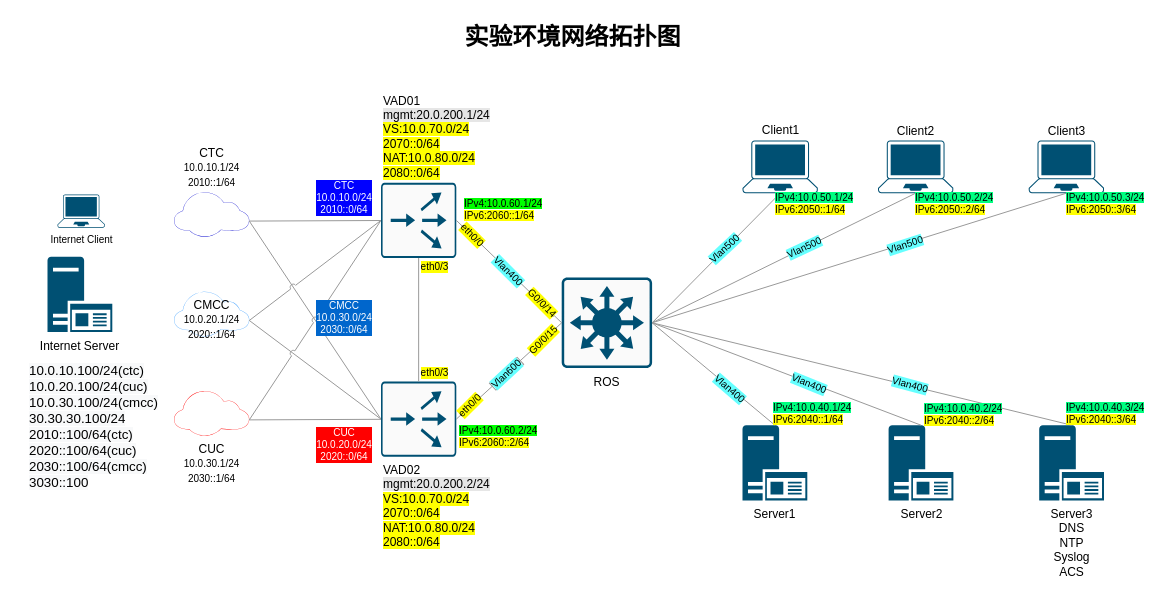
Above: page "测试环境网络拓扑图" (1 of 5) of Untitled Diagram.drawio in ahhfltj/cloud (draw.io), before the change. Source tidied: cells renumbered, new cells numbered last; positions are measured from the earlier drawing's top-left corner, leaving out a move shared by most shapes. Both pictures are drawn from the tidied source at 100%, with x=0, y=0 at pixel (17, 17).
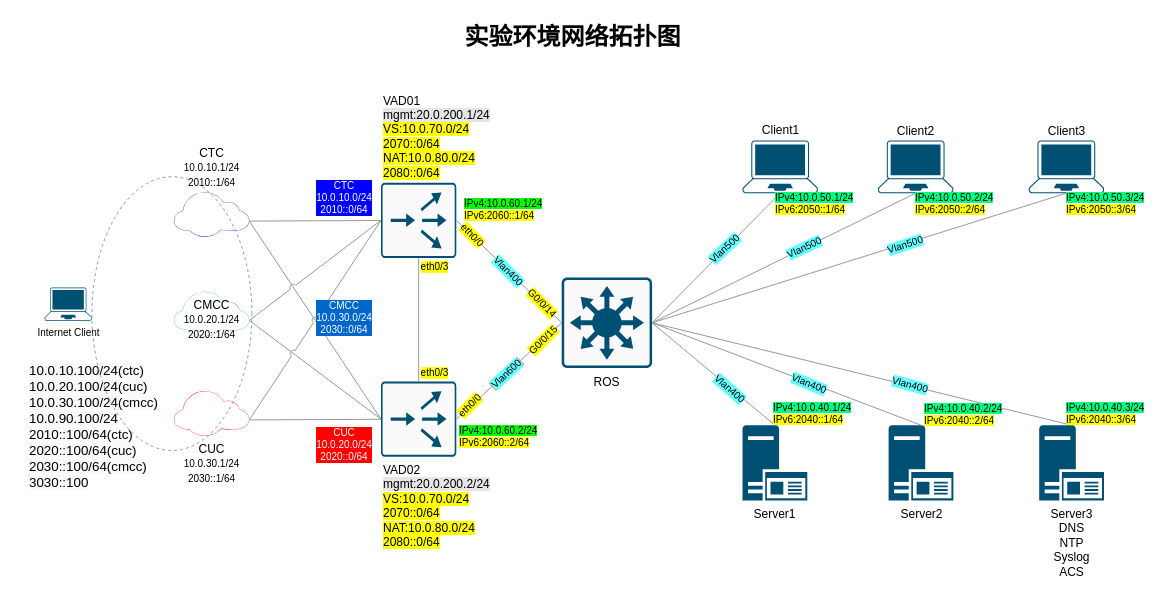
The same diagram, later.

The edit, as a diff of the source:
```diff
@@
     <mxCell id="3" value="Internet Client" style="verticalLabelPosition=bottom;html=1;verticalAlign=top;align=center;shape=mxgraph.cisco19.laptop;fillColor=#005073;strokeColor=none;labelBackgroundColor=none;sketch=0;fontSize=10;fontColor=#000000;" parent="1" vertex="1">
-      <mxGeometry x="40" y="177" width="47.4" height="33.2" as="geometry" />
+      <mxGeometry x="27" y="270" width="47.4" height="33.2" as="geometry" />
     </mxCell>
-    <mxCell id="4" value="Internet Server" style="shadow=0;dashed=0;html=1;strokeColor=none;labelPosition=center;verticalLabelPosition=bottom;verticalAlign=top;align=center;shape=mxgraph.mscae.enterprise.application_server2;fillColor=#005073;" parent="1" vertex="1">
-      <mxGeometry x="30" y="239.3" width="64.8" height="75.3" as="geometry" />
-    </mxCell>
-    <mxCell id="5" value="&lt;span style=&quot;color: rgb(0 , 0 , 0) ; font-family: &amp;#34;helvetica&amp;#34; ; font-size: 13.333333015441895px ; font-style: normal ; font-weight: normal ; letter-spacing: normal ; text-align: left ; text-indent: 0px ; text-transform: none ; word-spacing: 0px ; background-color: rgb(248 , 249 , 250) ; text-decoration: none ; display: inline ; float: none&quot;&gt;10.0.10.100/24(ctc)&lt;/span&gt;&lt;br style=&quot;color: rgb(0 , 0 , 0) ; font-family: &amp;#34;helvetica&amp;#34; ; font-size: 13.333333015441895px ; font-style: normal ; font-weight: normal ; letter-spacing: normal ; text-align: left ; text-indent: 0px ; text-transform: none ; word-spacing: 0px ; text-decoration: none&quot;&gt;&lt;span style=&quot;color: rgb(0 , 0 , 0) ; font-family: &amp;#34;helvetica&amp;#34; ; font-size: 13.333333015441895px ; font-style: normal ; font-weight: normal ; letter-spacing: normal ; text-align: left ; text-indent: 0px ; text-transform: none ; word-spacing: 0px ; background-color: rgb(248 , 249 , 250) ; text-decoration: none ; display: inline ; float: none&quot;&gt;10.0.20.100/24(cuc)&lt;/span&gt;&lt;br style=&quot;color: rgb(0 , 0 , 0) ; font-family: &amp;#34;helvetica&amp;#34; ; font-size: 13.333333015441895px ; font-style: normal ; font-weight: normal ; letter-spacing: normal ; text-align: left ; text-indent: 0px ; text-transform: none ; word-spacing: 0px ; text-decoration: none&quot;&gt;&lt;span style=&quot;color: rgb(0 , 0 , 0) ; font-family: &amp;#34;helvetica&amp;#34; ; font-size: 13.333333015441895px ; font-style: normal ; font-weight: normal ; letter-spacing: normal ; text-align: left ; text-indent: 0px ; text-transform: none ; word-spacing: 0px ; background-color: rgb(248 , 249 , 250) ; text-decoration: none ; display: inline ; float: none&quot;&gt;10.0.30.100/24(cmcc)&lt;br&gt;&lt;/span&gt;&lt;span style=&quot;color: rgb(0 , 0 , 0) ; font-family: &amp;#34;helvetica&amp;#34; ; font-size: 13.333333015441895px ; font-style: normal ; font-weight: normal ; letter-spacing: normal ; text-align: left ; text-indent: 0px ; text-transform: none ; word-spacing: 0px ; background-color: rgb(248 , 249 , 250) ; text-decoration: none ; display: inline ; float: none&quot;&gt;30.30.30.100/24&lt;br&gt;2010::100/64(ctc)&lt;/span&gt;&lt;br style=&quot;color: rgb(0 , 0 , 0) ; font-family: &amp;#34;helvetica&amp;#34; ; font-size: 13.333333015441895px ; font-style: normal ; font-weight: normal ; letter-spacing: normal ; text-align: left ; text-indent: 0px ; text-transform: none ; word-spacing: 0px ; text-decoration: none&quot;&gt;&lt;span style=&quot;color: rgb(0 , 0 , 0) ; font-family: &amp;#34;helvetica&amp;#34; ; font-size: 13.333333015441895px ; font-style: normal ; font-weight: normal ; letter-spacing: normal ; text-align: left ; text-indent: 0px ; text-transform: none ; word-spacing: 0px ; background-color: rgb(248 , 249 , 250) ; text-decoration: none ; display: inline ; float: none&quot;&gt;2020::100/64(cuc)&lt;/span&gt;&lt;br style=&quot;color: rgb(0 , 0 , 0) ; font-family: &amp;#34;helvetica&amp;#34; ; font-size: 13.333333015441895px ; font-style: normal ; font-weight: normal ; letter-spacing: normal ; text-align: left ; text-indent: 0px ; text-transform: none ; word-spacing: 0px ; text-decoration: none&quot;&gt;&lt;span style=&quot;color: rgb(0 , 0 , 0) ; font-family: &amp;#34;helvetica&amp;#34; ; font-size: 13.333333015441895px ; font-style: normal ; font-weight: normal ; letter-spacing: normal ; text-align: left ; text-indent: 0px ; text-transform: none ; word-spacing: 0px ; background-color: rgb(248 , 249 , 250) ; text-decoration: none ; display: inline ; float: none&quot;&gt;2030::100/64(cmcc)&lt;br&gt;3030::100&lt;br&gt;&lt;/span&gt;" style="text;whiteSpace=wrap;html=1;fontSize=10;fontColor=#000000;" parent="1" vertex="1">
+    <mxCell id="5" value="&lt;span style=&quot;color: rgb(0 , 0 , 0) ; font-family: &amp;#34;helvetica&amp;#34; ; font-size: 13.333333015441895px ; font-style: normal ; font-weight: normal ; letter-spacing: normal ; text-align: left ; text-indent: 0px ; text-transform: none ; word-spacing: 0px ; background-color: rgb(248 , 249 , 250) ; text-decoration: none ; display: inline ; float: none&quot;&gt;10.0.10.100/24(ctc)&lt;/span&gt;&lt;br style=&quot;color: rgb(0 , 0 , 0) ; font-family: &amp;#34;helvetica&amp;#34; ; font-size: 13.333333015441895px ; font-style: normal ; font-weight: normal ; letter-spacing: normal ; text-align: left ; text-indent: 0px ; text-transform: none ; word-spacing: 0px ; text-decoration: none&quot;&gt;&lt;span style=&quot;color: rgb(0 , 0 , 0) ; font-family: &amp;#34;helvetica&amp;#34; ; font-size: 13.333333015441895px ; font-style: normal ; font-weight: normal ; letter-spacing: normal ; text-align: left ; text-indent: 0px ; text-transform: none ; word-spacing: 0px ; background-color: rgb(248 , 249 , 250) ; text-decoration: none ; display: inline ; float: none&quot;&gt;10.0.20.100/24(cuc)&lt;/span&gt;&lt;br style=&quot;color: rgb(0 , 0 , 0) ; font-family: &amp;#34;helvetica&amp;#34; ; font-size: 13.333333015441895px ; font-style: normal ; font-weight: normal ; letter-spacing: normal ; text-align: left ; text-indent: 0px ; text-transform: none ; word-spacing: 0px ; text-decoration: none&quot;&gt;&lt;span style=&quot;color: rgb(0 , 0 , 0) ; font-family: &amp;#34;helvetica&amp;#34; ; font-size: 13.333333015441895px ; font-style: normal ; font-weight: normal ; letter-spacing: normal ; text-align: left ; text-indent: 0px ; text-transform: none ; word-spacing: 0px ; background-color: rgb(248 , 249 , 250) ; text-decoration: none ; display: inline ; float: none&quot;&gt;10.0.30.100/24(cmcc)&lt;br&gt;&lt;/span&gt;&lt;span style=&quot;color: rgb(0 , 0 , 0) ; font-family: &amp;#34;helvetica&amp;#34; ; font-size: 13.333333015441895px ; font-style: normal ; font-weight: normal ; letter-spacing: normal ; text-align: left ; text-indent: 0px ; text-transform: none ; word-spacing: 0px ; background-color: rgb(248 , 249 , 250) ; text-decoration: none ; display: inline ; float: none&quot;&gt;10.0.90.100/24&lt;br&gt;2010::100/64(ctc)&lt;/span&gt;&lt;br style=&quot;color: rgb(0 , 0 , 0) ; font-family: &amp;#34;helvetica&amp;#34; ; font-size: 13.333333015441895px ; font-style: normal ; font-weight: normal ; letter-spacing: normal ; text-align: left ; text-indent: 0px ; text-transform: none ; word-spacing: 0px ; text-decoration: none&quot;&gt;&lt;span style=&quot;color: rgb(0 , 0 , 0) ; font-family: &amp;#34;helvetica&amp;#34; ; font-size: 13.333333015441895px ; font-style: normal ; font-weight: normal ; letter-spacing: normal ; text-align: left ; text-indent: 0px ; text-transform: none ; word-spacing: 0px ; background-color: rgb(248 , 249 , 250) ; text-decoration: none ; display: inline ; float: none&quot;&gt;2020::100/64(cuc)&lt;/span&gt;&lt;br style=&quot;color: rgb(0 , 0 , 0) ; font-family: &amp;#34;helvetica&amp;#34; ; font-size: 13.333333015441895px ; font-style: normal ; font-weight: normal ; letter-spacing: normal ; text-align: left ; text-indent: 0px ; text-transform: none ; word-spacing: 0px ; text-decoration: none&quot;&gt;&lt;span style=&quot;color: rgb(0 , 0 , 0) ; font-family: &amp;#34;helvetica&amp;#34; ; font-size: 13.333333015441895px ; font-style: normal ; font-weight: normal ; letter-spacing: normal ; text-align: left ; text-indent: 0px ; text-transform: none ; word-spacing: 0px ; background-color: rgb(248 , 249 , 250) ; text-decoration: none ; display: inline ; float: none&quot;&gt;2030::100/64(cmcc)&lt;br&gt;3030::100&lt;br&gt;&lt;/span&gt;" style="text;whiteSpace=wrap;html=1;fontSize=10;fontColor=#000000;" parent="1" vertex="1">
       <mxGeometry x="10" y="339.3" width="120" height="90" as="geometry" />
     </mxCell>
@@
+    <mxCell id="60" style="ellipse;whiteSpace=wrap;html=1;dashed=1;labelBackgroundColor=#FFFFFF;fillColor=none;fontColor=#CC0000;strokeColor=#999999;" parent="1" vertex="1">
+      <mxGeometry x="74.4" y="159.2" width="160" height="273.8" as="geometry" />
+    </mxCell>
```
